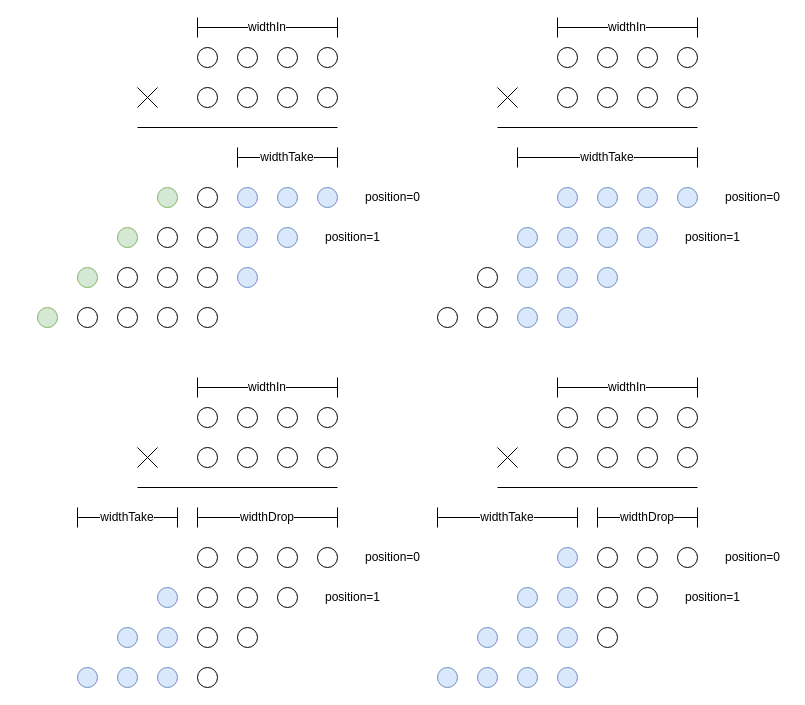
Earlier version of the draw.io diagram page "signed BCM by bit heap" (4 of 5) of src/main/resources/BCM.drawio (RicardoNid/Chainsaw2). Source tidied: cells renumbered, new cells numbered last; positions are measured from the earlier drawing's top-left corner, leaving out a move shared by most shapes. Both pictures are drawn from the tidied source at 100%, with x=0, y=0 at pixel (37, 17).
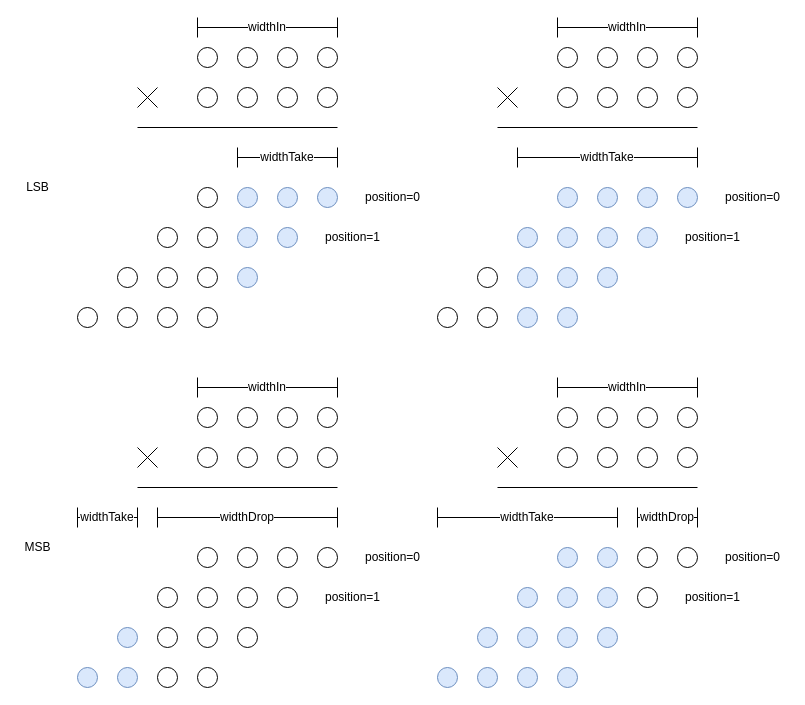
The same page after the edit.

Change to the diagram source:
```diff
@@
-    <mxCell id="79" style="ellipse;whiteSpace=wrap;html=1;fillColor=#dae8fc;strokeColor=#6c8ebf;" parent="1" vertex="1">
+    <mxCell id="79" style="ellipse;whiteSpace=wrap;html=1;" parent="1" vertex="1">
       <mxGeometry x="120" y="570" width="20" height="20" as="geometry" />
     </mxCell>
@@
-    <mxCell id="84" style="ellipse;whiteSpace=wrap;html=1;fillColor=#dae8fc;strokeColor=#6c8ebf;" parent="1" vertex="1">
+    <mxCell id="84" style="ellipse;whiteSpace=wrap;html=1;" parent="1" vertex="1">
       <mxGeometry x="120" y="610" width="20" height="20" as="geometry" />
     </mxCell>
@@
-    <mxCell id="89" style="ellipse;whiteSpace=wrap;html=1;fillColor=#dae8fc;strokeColor=#6c8ebf;" parent="1" vertex="1">
+    <mxCell id="89" style="ellipse;whiteSpace=wrap;html=1;" parent="1" vertex="1">
       <mxGeometry x="120" y="650" width="20" height="20" as="geometry" />
     </mxCell>
@@
     <mxCell id="91" value="widthTake" style="shape=crossbar;whiteSpace=wrap;html=1;rounded=1;labelBackgroundColor=default;" parent="1" vertex="1">
-      <mxGeometry x="40" y="490" width="100" height="20" as="geometry" />
+      <mxGeometry x="40" y="490" width="60" height="20" as="geometry" />
     </mxCell>
@@
     <mxCell id="95" value="widthDrop" style="shape=crossbar;whiteSpace=wrap;html=1;rounded=1;labelBackgroundColor=default;" parent="1" vertex="1">
-      <mxGeometry x="160" y="490" width="140" height="20" as="geometry" />
+      <mxGeometry x="120" y="490" width="180" height="20" as="geometry" />
     </mxCell>
@@
-    <mxCell id="108" style="ellipse;whiteSpace=wrap;html=1;" parent="1" vertex="1">
+    <mxCell id="108" style="ellipse;whiteSpace=wrap;html=1;fillColor=#dae8fc;strokeColor=#6c8ebf;" parent="1" vertex="1">
       <mxGeometry x="560" y="530" width="20" height="20" as="geometry" />
     </mxCell>
@@
-    <mxCell id="113" style="ellipse;whiteSpace=wrap;html=1;" parent="1" vertex="1">
+    <mxCell id="113" style="ellipse;whiteSpace=wrap;html=1;fillColor=#dae8fc;strokeColor=#6c8ebf;" parent="1" vertex="1">
       <mxGeometry x="560" y="570" width="20" height="20" as="geometry" />
     </mxCell>
@@
-    <mxCell id="118" style="ellipse;whiteSpace=wrap;html=1;" parent="1" vertex="1">
+    <mxCell id="118" style="ellipse;whiteSpace=wrap;html=1;fillColor=#dae8fc;strokeColor=#6c8ebf;" parent="1" vertex="1">
       <mxGeometry x="560" y="610" width="20" height="20" as="geometry" />
     </mxCell>
@@
     <mxCell id="123" value="widthTake" style="shape=crossbar;whiteSpace=wrap;html=1;rounded=1;labelBackgroundColor=default;" parent="1" vertex="1">
-      <mxGeometry x="400" y="490" width="140" height="20" as="geometry" />
+      <mxGeometry x="400" y="490" width="180" height="20" as="geometry" />
     </mxCell>
@@
     <mxCell id="127" value="widthDrop" style="shape=crossbar;whiteSpace=wrap;html=1;rounded=1;labelBackgroundColor=default;" parent="1" vertex="1">
-      <mxGeometry x="560" y="490" width="100" height="20" as="geometry" />
+      <mxGeometry x="600" y="490" width="60" height="20" as="geometry" />
     </mxCell>
-    <mxCell id="128" style="ellipse;whiteSpace=wrap;html=1;fillColor=#d5e8d4;strokeColor=#82b366;" parent="1" vertex="1">
-      <mxGeometry x="80" y="210" width="20" height="20" as="geometry" />
-    </mxCell>
-    <mxCell id="129" style="ellipse;whiteSpace=wrap;html=1;fillColor=#d5e8d4;strokeColor=#82b366;" parent="1" vertex="1">
-      <mxGeometry x="120" y="170" width="20" height="20" as="geometry" />
-    </mxCell>
-    <mxCell id="130" style="ellipse;whiteSpace=wrap;html=1;fillColor=#d5e8d4;strokeColor=#82b366;" parent="1" vertex="1">
-      <mxGeometry x="40" y="250" width="20" height="20" as="geometry" />
-    </mxCell>
-    <mxCell id="131" style="ellipse;whiteSpace=wrap;html=1;fillColor=#d5e8d4;strokeColor=#82b366;" parent="1" vertex="1">
-      <mxGeometry y="290" width="20" height="20" as="geometry" />
-    </mxCell>
+    <mxCell id="132" value="LSB" style="text;html=1;align=center;verticalAlign=middle;strokeColor=none;fillColor=none;" parent="1" vertex="1">
+      <mxGeometry x="-20" y="160" width="40" height="20" as="geometry" />
+    </mxCell>
+    <mxCell id="133" value="MSB" style="text;html=1;align=center;verticalAlign=middle;strokeColor=none;fillColor=none;" parent="1" vertex="1">
+      <mxGeometry x="-20" y="520" width="40" height="20" as="geometry" />
+    </mxCell>
```
